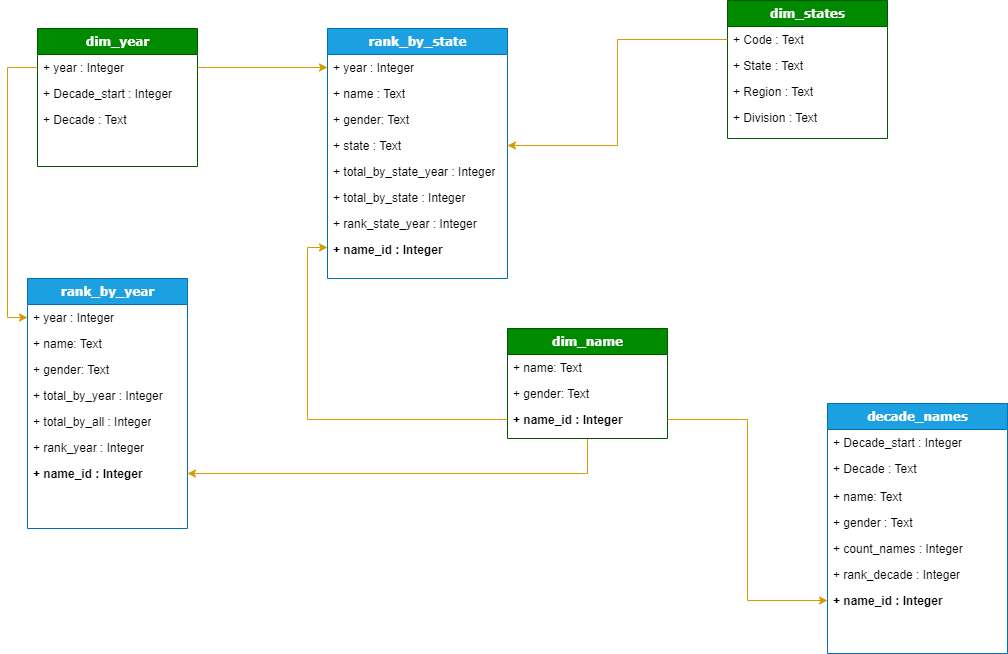
Above: Data_Model.png in aurelpow/US_baby_names (draw.io), before the change. Source tidied: cells renumbered, new cells last; positions are measured from the earlier drawing's top-left corner, leaving out a move shared by most shapes.
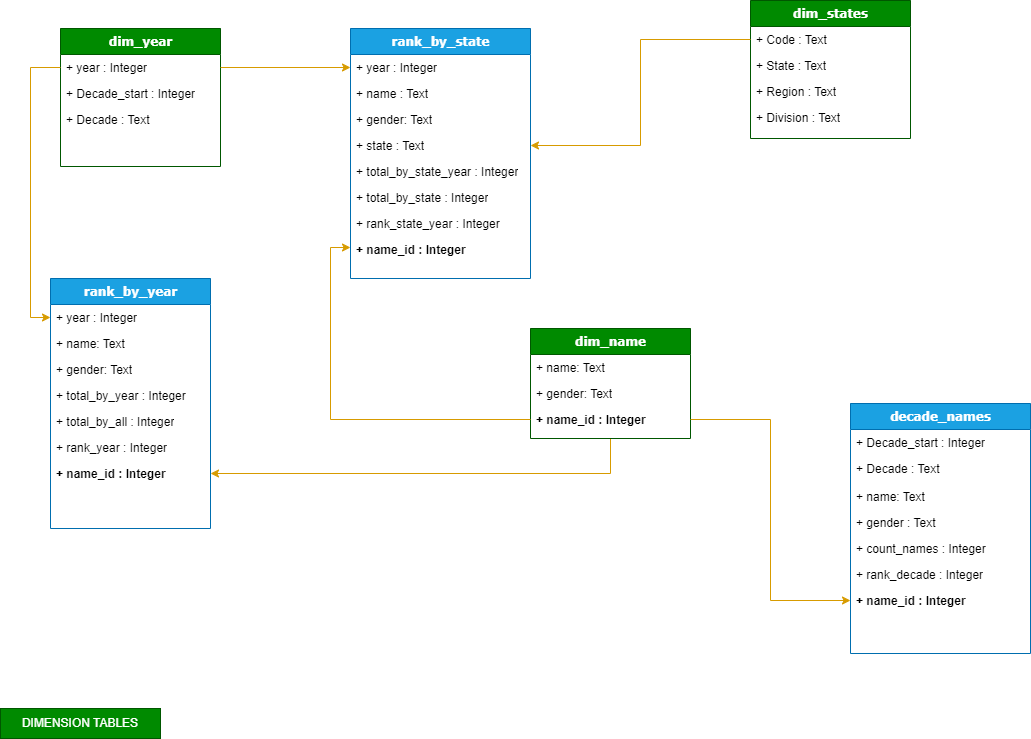
Later version of the same file.

The edit, as a diff of the source:
```diff
@@ -134,5 +134,8 @@
     <mxCell id="45" style="edgeStyle=orthogonalEdgeStyle;rounded=0;jettySize=auto;html=1;fillColor=#ffcd28;strokeColor=#d79b00;gradientColor=#ffa500;" parent="1" edge="1" source="11" target="24">
       <mxGeometry relative="1" as="geometry" />
     </mxCell>
+    <mxCell id="46" value="DIMENSION TABLES" style="rounded=0;whiteSpace=wrap;html=1;fillColor=#008a00;strokeColor=#005700;fontColor=#ffffff;" parent="1" vertex="1">
+      <mxGeometry x="-50" y="708" width="160" height="30" as="geometry" />
+    </mxCell>
   </root>
 </mxGraphModel>
```
